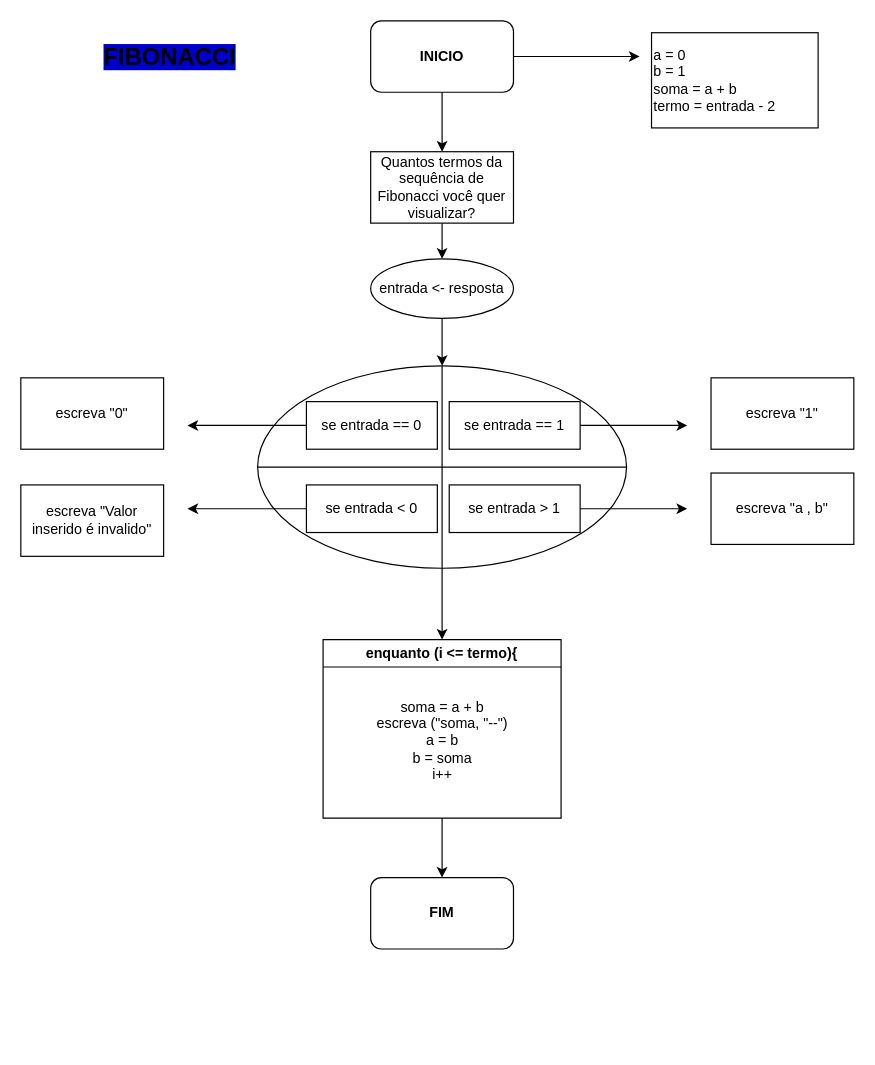
Matheuslbcosta02/diagramas_pdf keeps this draw.io diagram as FIBONACCI.drawio. Above is the earlier version. Source tidied: cells renumbered, new cells numbered last; positions are measured from the earlier drawing's top-left corner, leaving out a move shared by most shapes. Both pictures are drawn from the tidied source at 119%, with x=0, y=0 at pixel (20, 20).
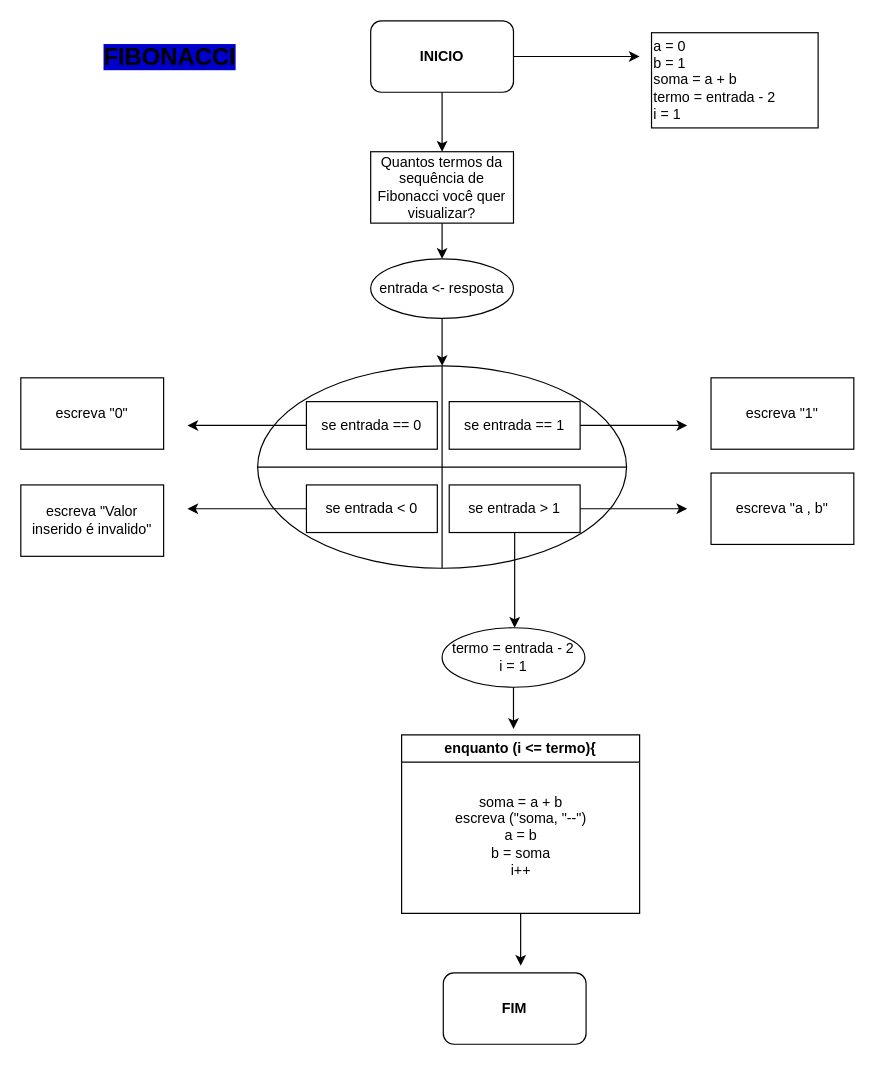
The same diagram, later.

The change refers to these unchanged cells:
```xml
<mxCell id="8" style="shape=orEllipse;perimeter=ellipsePerimeter;whiteSpace=wrap;html=1;backgroundOutline=1;align=left;" parent="1" vertex="1">
  <mxGeometry x="199" y="290" width="310" height="170" as="geometry" />
</mxCell>
<mxCell id="16" value="se entrada &amp;gt; 1" style="rounded=0;whiteSpace=wrap;html=1;" parent="1" vertex="1">
  <mxGeometry x="360" y="390" width="110" height="40" as="geometry" />
</mxCell>
```

What changed in the source:
```diff
@@
-    <mxCell id="22" value="a = 0&lt;div&gt;b = 1&lt;/div&gt;&lt;div&gt;soma = a + b&lt;/div&gt;&lt;div&gt;termo = entrada - 2&lt;/div&gt;" style="rounded=0;whiteSpace=wrap;html=1;align=left;" parent="1" vertex="1">
+    <mxCell id="22" value="a = 0&lt;div&gt;b = 1&lt;/div&gt;&lt;div&gt;soma = a + b&lt;/div&gt;&lt;div&gt;termo = entrada - 2&lt;/div&gt;&lt;div&gt;i = 1&lt;/div&gt;" style="rounded=0;whiteSpace=wrap;html=1;align=left;" parent="1" vertex="1">
       <mxGeometry x="530" y="10" width="140" height="80" as="geometry" />
     </mxCell>
@@
-    <mxCell id="24" style="endArrow=classic;html=1;rounded=0;exitX=0.5;exitY=1;exitDx=0;exitDy=0;" parent="1" edge="1" source="8">
-      <mxGeometry relative="1" as="geometry">
-        <mxPoint x="354" y="520" as="targetPoint" />
-      </mxGeometry>
-    </mxCell>
     <mxCell id="25" value="enquanto (i &amp;lt;= termo){" style="swimlane;whiteSpace=wrap;html=1;" parent="1" vertex="1">
-      <mxGeometry x="254" y="520" width="200" height="150" as="geometry" />
+      <mxGeometry x="320" y="600" width="200" height="150" as="geometry" />
     </mxCell>
@@
-    <mxCell id="27" style="endArrow=classic;html=1;rounded=0;exitX=0.5;exitY=1;exitDx=0;exitDy=0;" parent="1" edge="1" source="25">
-      <mxGeometry relative="1" as="geometry">
-        <mxPoint x="354" y="720" as="targetPoint" />
-      </mxGeometry>
-    </mxCell>
     <mxCell id="28" value="&lt;b&gt;FIM&lt;/b&gt;" style="rounded=1;whiteSpace=wrap;html=1;" parent="1" vertex="1">
-      <mxGeometry x="294" y="720" width="120" height="60" as="geometry" />
+      <mxGeometry x="355" y="800" width="120" height="60" as="geometry" />
     </mxCell>
+    <mxCell id="29" style="endArrow=classic;html=1;rounded=0;exitX=0.5;exitY=1;exitDx=0;exitDy=0;" parent="1" edge="1" source="16">
+      <mxGeometry relative="1" as="geometry">
+        <mxPoint x="415" y="510" as="targetPoint" />
+      </mxGeometry>
+    </mxCell>
+    <mxCell id="30" value="termo = entrada - 2&lt;div&gt;i = 1&lt;/div&gt;" style="ellipse;whiteSpace=wrap;html=1;" parent="1" vertex="1">
+      <mxGeometry x="354" y="510" width="120" height="50" as="geometry" />
+    </mxCell>
+    <mxCell id="31" style="edgeStyle=orthogonalEdgeStyle;rounded=0;jettySize=auto;html=1;exitX=0.5;exitY=1;exitDx=0;exitDy=0;entryX=0.542;entryY=-0.1;entryDx=0;entryDy=0;entryPerimeter=0;" parent="1" edge="1" source="25" target="28">
+      <mxGeometry relative="1" as="geometry" />
+    </mxCell>
+    <mxCell id="32" style="edgeStyle=orthogonalEdgeStyle;rounded=0;jettySize=auto;html=1;exitX=0.5;exitY=1;exitDx=0;exitDy=0;entryX=0.47;entryY=-0.033;entryDx=0;entryDy=0;entryPerimeter=0;" parent="1" edge="1" source="30" target="25">
+      <mxGeometry relative="1" as="geometry" />
+    </mxCell>
```
